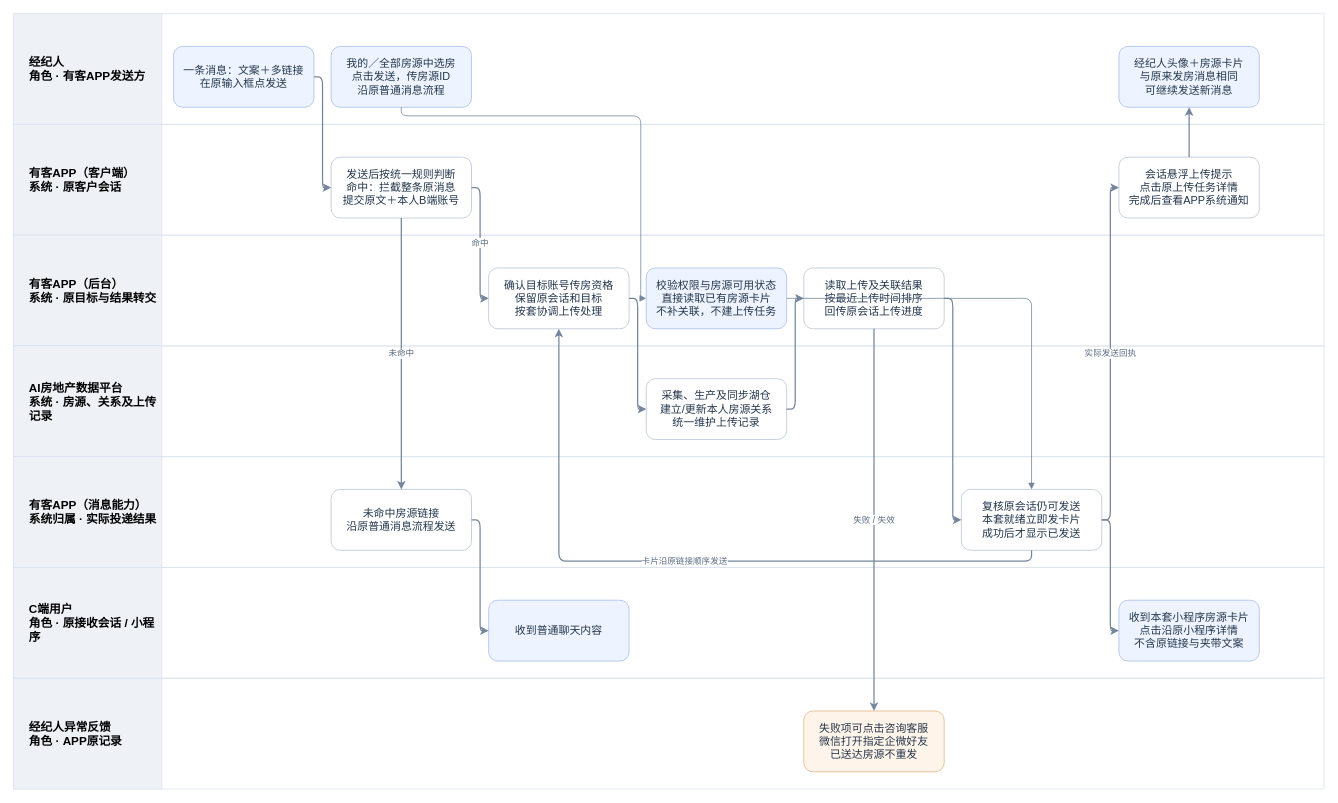
Before: page "APP客户会话｜角色与系统泳道" (2 of 3) of B端发房共用资源/V3.0-B端房源上传与管理-角色与系统业务流程.drawio in JZT-AI/ai-real-estate-platform-v3-prototype, a draw.io diagram. Source tidied: cells renumbered, new cells numbered last; positions are measured from the earlier drawing's top-left corner, leaving out a move shared by most shapes. Both pictures are drawn from the tidied source at 78%, with x=0, y=0 at pixel (13, 13).
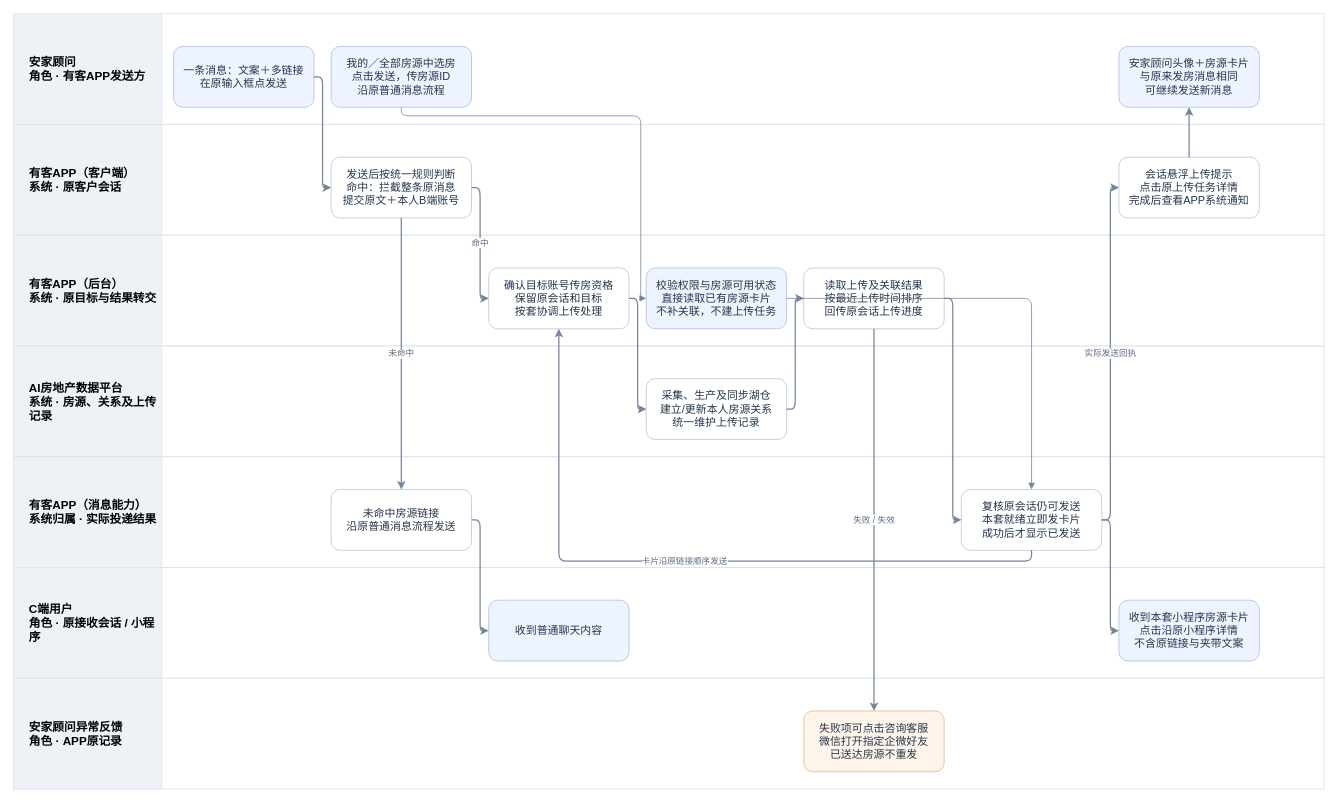
After the change.

Unchanged cells that the change refers to:
```xml
<mxCell id="2" style="swimlane;horizontal=1;startSize=0;fillColor=#ffffff;strokeColor=#dce3ed;" parent="1" vertex="1">
  <mxGeometry width="1680" height="142" as="geometry" />
</mxCell>
<mxCell id="14" style="swimlane;horizontal=1;startSize=0;fillColor=#ffffff;strokeColor=#dce3ed;" parent="1" vertex="1">
  <mxGeometry y="852" width="1680" height="142" as="geometry" />
</mxCell>
```

Change to the diagram source:
```diff
@@
-    <mxCell id="3" value="经纪人&lt;br&gt;角色 · 有客APP发送方" style="rounded=0;whiteSpace=wrap;html=1;fillColor=#eef2f7;strokeColor=#dce3ed;fontSize=15;fontStyle=1;align=left;spacingLeft=18;" parent="2" vertex="1">
+    <mxCell id="3" value="安家顾问&lt;br&gt;角色 · 有客APP发送方" style="rounded=0;whiteSpace=wrap;html=1;fillColor=#eef2f7;strokeColor=#dce3ed;fontSize=15;fontStyle=1;align=left;spacingLeft=18;" parent="2" vertex="1">
       <mxGeometry width="190" height="142" as="geometry" />
     </mxCell>
@@
-    <mxCell id="15" value="经纪人异常反馈&lt;br&gt;角色 · APP原记录" style="rounded=0;whiteSpace=wrap;html=1;fillColor=#eef2f7;strokeColor=#dce3ed;fontSize=15;fontStyle=1;align=left;spacingLeft=18;" parent="14" vertex="1">
+    <mxCell id="15" value="安家顾问异常反馈&lt;br&gt;角色 · APP原记录" style="rounded=0;whiteSpace=wrap;html=1;fillColor=#eef2f7;strokeColor=#dce3ed;fontSize=15;fontStyle=1;align=left;spacingLeft=18;" parent="14" vertex="1">
       <mxGeometry width="190" height="142" as="geometry" />
     </mxCell>
@@
-    <mxCell id="24" value="经纪人头像＋房源卡片&lt;br&gt;与原来发房消息相同&lt;br&gt;可继续发送新消息" style="rounded=1;whiteSpace=wrap;html=1;fillColor=#eef4ff;strokeColor=#a8bde8;fontColor=#24364c;fontSize=14;spacing=8;" parent="2" vertex="1">
+    <mxCell id="24" value="安家顾问头像＋房源卡片&lt;br&gt;与原来发房消息相同&lt;br&gt;可继续发送新消息" style="rounded=1;whiteSpace=wrap;html=1;fillColor=#eef4ff;strokeColor=#a8bde8;fontColor=#24364c;fontSize=14;spacing=8;" parent="2" vertex="1">
       <mxGeometry x="1417" y="42" width="180" height="78" as="geometry" />
     </mxCell>
```
